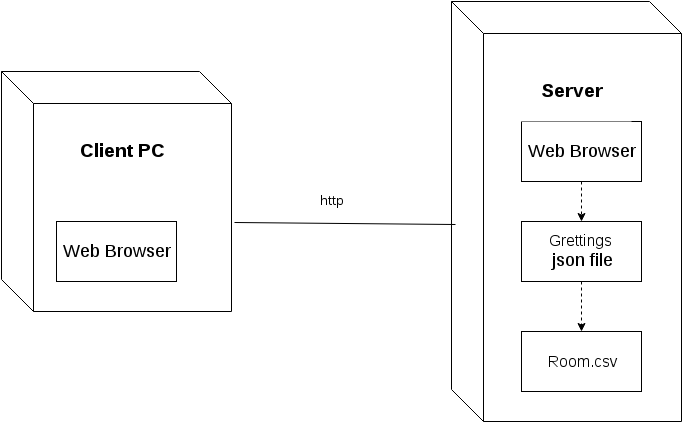
Above: images/DeploymentDiagram.png in lu15v/Text-Adventure-Game (draw.io), before the change. Source tidied: cells renumbered, new cells last; positions are measured from the earlier drawing's top-left corner, leaving out a move shared by most shapes. Its diagram source:
```xml
<mxGraphModel background="#ffffff">
  <root>
    <mxCell id="0" />
    <mxCell id="1" parent="0" />
    <mxCell id="2" style="shape=cube;whiteSpace=wrap;html=1;strokeColor=#000000;size=32;" parent="1" vertex="1">
      <mxGeometry y="70" width="230" height="240" as="geometry" />
    </mxCell>
    <mxCell id="3" value="&lt;font style=&quot;font-size: 18px&quot;&gt;Web Browser&lt;/font&gt;" style="whiteSpace=wrap;html=1;strokeColor=#000000;" parent="1" vertex="1">
      <mxGeometry x="55" y="220" width="120" height="60" as="geometry" />
    </mxCell>
    <mxCell id="4" style="shape=cube;whiteSpace=wrap;html=1;strokeColor=#000000;size=32;" parent="1" vertex="1">
      <mxGeometry x="450" width="230" height="420" as="geometry" />
    </mxCell>
    <mxCell id="5" value="&lt;font style=&quot;font-size: 18px&quot;&gt;Web Browser&lt;/font&gt;" style="whiteSpace=wrap;html=1;strokeColor=#000000;" parent="1" vertex="1">
      <mxGeometry x="520" y="120" width="120" height="60" as="geometry" />
    </mxCell>
    <mxCell id="6" style="endArrow=none;html=1;exitX=1.013;exitY=0.629;exitPerimeter=0;entryX=0.017;entryY=0.531;entryPerimeter=0;endFill=0;" parent="1" edge="1" source="2" target="4">
      <mxGeometry relative="1" as="geometry" />
    </mxCell>
    <mxCell id="7" value="&lt;font style=&quot;font-size: 14px&quot;&gt;http&lt;/font&gt;" style="text;html=1;strokeColor=none;fillColor=none;align=center;verticalAlign=middle;whiteSpace=wrap;overflow=hidden;" parent="1" vertex="1">
      <mxGeometry x="310" y="190" width="40" height="20" as="geometry" />
    </mxCell>
    <mxCell id="8" value="&lt;span style=&quot;font-size: 16px ; line-height: 19.2px&quot;&gt;Room.csv&lt;/span&gt;" style="whiteSpace=wrap;html=1;strokeColor=#000000;" parent="1" vertex="1">
      <mxGeometry x="520" y="330" width="120" height="60" as="geometry" />
    </mxCell>
    <mxCell id="9" value="&lt;font style=&quot;font-size: 19px&quot;&gt;&lt;b&gt;Client PC&lt;/b&gt;&lt;/font&gt;" style="whiteSpace=wrap;html=1;strokeColor=none;fillColor=#ffffff;" parent="1" vertex="1">
      <mxGeometry x="60" y="120" width="120" height="60" as="geometry" />
    </mxCell>
    <mxCell id="10" value="&lt;font style=&quot;font-size: 19px&quot;&gt;&lt;b&gt;Server&lt;/b&gt;&lt;/font&gt;" style="whiteSpace=wrap;html=1;strokeColor=none;fillColor=#ffffff;" parent="1" vertex="1">
      <mxGeometry x="510" y="60" width="120" height="60" as="geometry" />
    </mxCell>
    <mxCell id="11" value="&lt;font style=&quot;font-size: 16px&quot;&gt;Grettings&amp;nbsp;&lt;/font&gt;&lt;div&gt;&lt;font size=&quot;4&quot;&gt;json file&lt;/font&gt;&lt;/div&gt;" style="whiteSpace=wrap;html=1;strokeColor=#000000;" parent="1" vertex="1">
      <mxGeometry x="520" y="220" width="120" height="60" as="geometry" />
    </mxCell>
    <mxCell id="12" style="endArrow=classic;html=1;exitX=0.5;exitY=1;entryX=0.5;entryY=0;dashed=1;" parent="1" edge="1" source="11" target="8">
      <mxGeometry relative="1" as="geometry" />
    </mxCell>
    <mxCell id="13" style="endArrow=classic;html=1;exitX=0.5;exitY=1;entryX=0.5;entryY=0;dashed=1;" parent="1" edge="1" source="5" target="11">
      <mxGeometry relative="1" as="geometry" />
    </mxCell>
  </root>
</mxGraphModel>
```
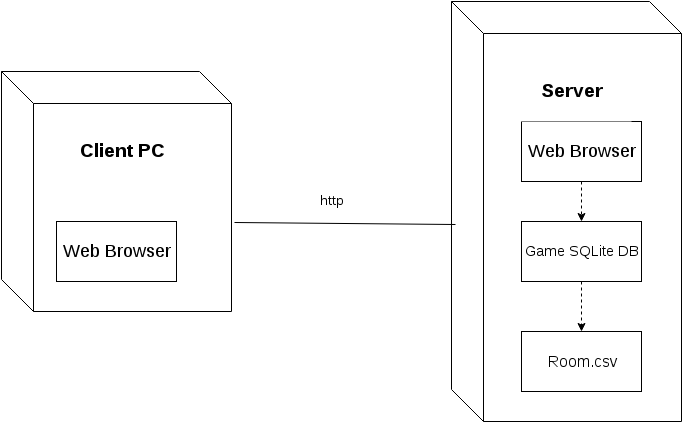
The same diagram one commit later.

The edit, as a diff of the source:
```diff
@@ -29,7 +29,7 @@
     <mxCell id="10" value="&lt;font style=&quot;font-size: 19px&quot;&gt;&lt;b&gt;Server&lt;/b&gt;&lt;/font&gt;" style="whiteSpace=wrap;html=1;strokeColor=none;fillColor=#ffffff;" parent="1" vertex="1">
       <mxGeometry x="510" y="60" width="120" height="60" as="geometry" />
     </mxCell>
-    <mxCell id="11" value="&lt;font style=&quot;font-size: 16px&quot;&gt;Grettings&amp;nbsp;&lt;/font&gt;&lt;div&gt;&lt;font size=&quot;4&quot;&gt;json file&lt;/font&gt;&lt;/div&gt;" style="whiteSpace=wrap;html=1;strokeColor=#000000;" parent="1" vertex="1">
+    <mxCell id="11" value="&lt;span&gt;&lt;font style=&quot;font-size: 15px&quot;&gt;Game SQLite DB&lt;/font&gt;&lt;/span&gt;&lt;br&gt;" style="whiteSpace=wrap;html=1;strokeColor=#000000;" parent="1" vertex="1">
       <mxGeometry x="520" y="220" width="120" height="60" as="geometry" />
     </mxCell>
     <mxCell id="12" style="endArrow=classic;html=1;exitX=0.5;exitY=1;entryX=0.5;entryY=0;dashed=1;" parent="1" edge="1" source="11" target="8">
```
